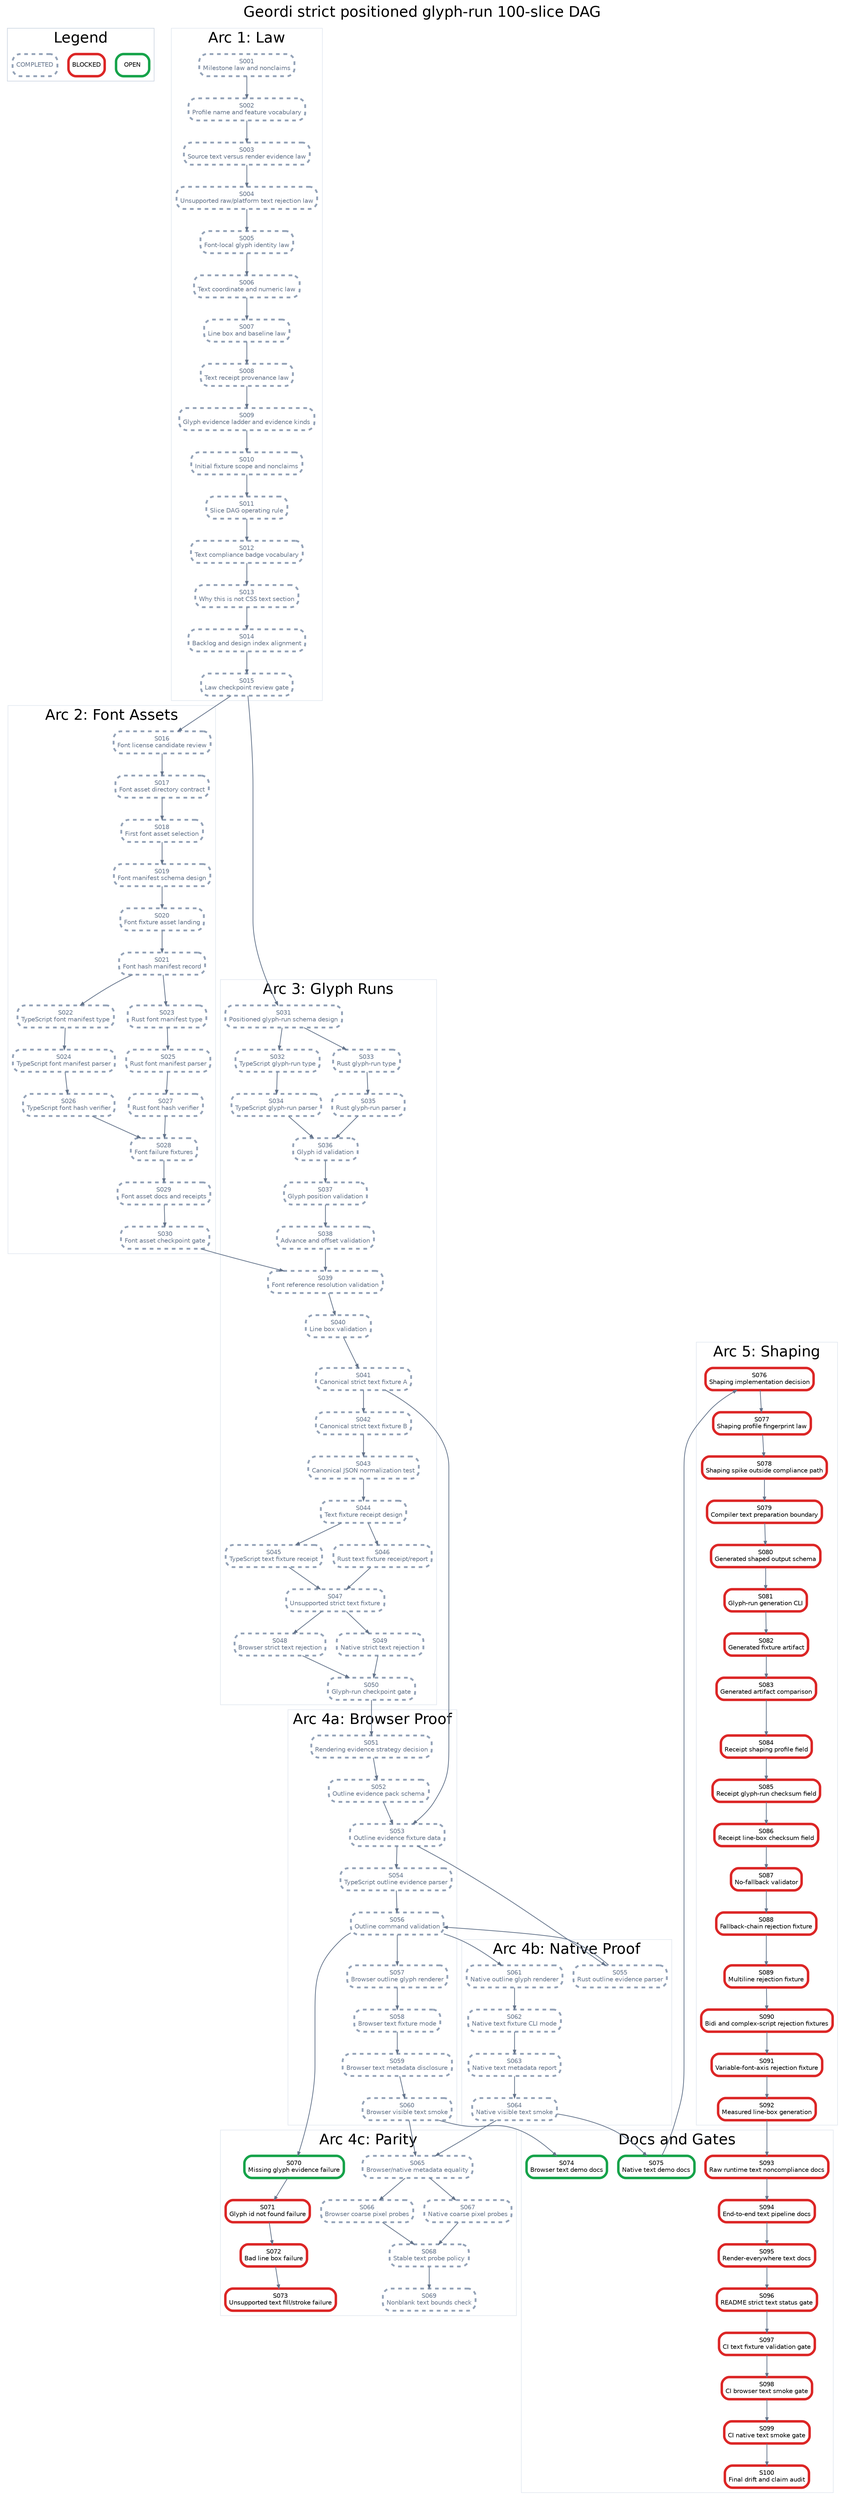
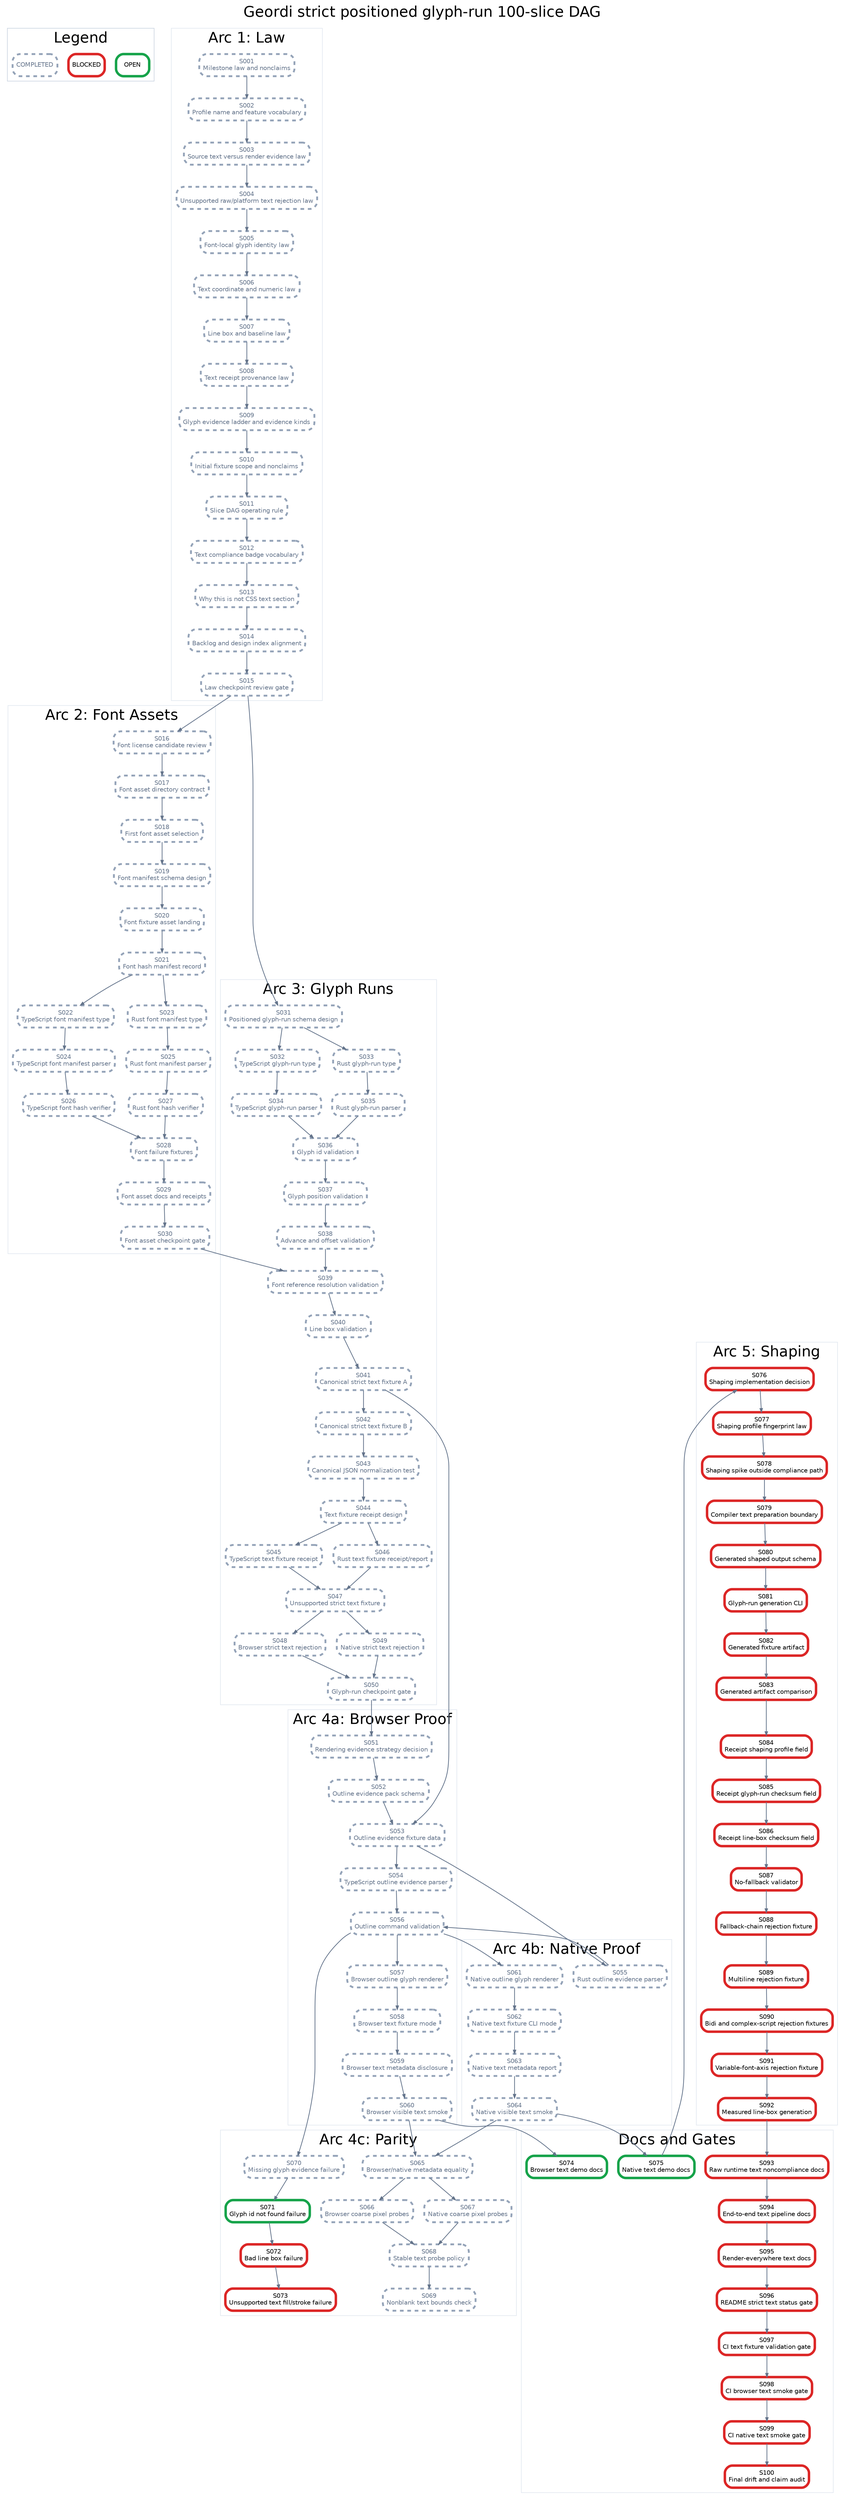
digraph StrictPositionedGlyphRunPlan {
  graph [rankdir=TB, bgcolor="white", fontname="Helvetica", label="Geordi strict positioned glyph-run 100-slice DAG", labelloc="t", fontsize=24];
  node [shape=box, style="rounded,filled", fillcolor="white", fontname="Helvetica", fontsize=10, margin="0.08,0.05"];
  edge [color="#64748b", arrowsize=0.6, penwidth=1.2];

  subgraph cluster_legend {
    label="Legend";
    color="#cbd5e1";
    legend_open [label="OPEN", color="#16a34a", penwidth=4];
    legend_blocked [label="BLOCKED", color="#dc2626", penwidth=4];
    legend_done [label="COMPLETED", color="#94a3b8", penwidth=3, style="rounded,filled,dashed", fontcolor="#64748b"];
  }

  subgraph cluster_law {
    label="Arc 1: Law";
    color="#e2e8f0";
    S001 [label="S001\nMilestone law and nonclaims", color="#94a3b8", penwidth=3, style="rounded,filled,dashed", fontcolor="#64748b"];
    S002 [label="S002\nProfile name and feature vocabulary", color="#94a3b8", penwidth=3, style="rounded,filled,dashed", fontcolor="#64748b"];
    S003 [label="S003\nSource text versus render evidence law", color="#94a3b8", penwidth=3, style="rounded,filled,dashed", fontcolor="#64748b"];
    S004 [label="S004\nUnsupported raw/platform text rejection law", color="#94a3b8", penwidth=3, style="rounded,filled,dashed", fontcolor="#64748b"];
    S005 [label="S005\nFont-local glyph identity law", color="#94a3b8", penwidth=3, style="rounded,filled,dashed", fontcolor="#64748b"];
    S006 [label="S006\nText coordinate and numeric law", color="#94a3b8", penwidth=3, style="rounded,filled,dashed", fontcolor="#64748b"];
    S007 [label="S007\nLine box and baseline law", color="#94a3b8", penwidth=3, style="rounded,filled,dashed", fontcolor="#64748b"];
    S008 [label="S008\nText receipt provenance law", color="#94a3b8", penwidth=3, style="rounded,filled,dashed", fontcolor="#64748b"];
    S009 [label="S009\nGlyph evidence ladder and evidence kinds", color="#94a3b8", penwidth=3, style="rounded,filled,dashed", fontcolor="#64748b"];
    S010 [label="S010\nInitial fixture scope and nonclaims", color="#94a3b8", penwidth=3, style="rounded,filled,dashed", fontcolor="#64748b"];
    S011 [label="S011\nSlice DAG operating rule", color="#94a3b8", penwidth=3, style="rounded,filled,dashed", fontcolor="#64748b"];
    S012 [label="S012\nText compliance badge vocabulary", color="#94a3b8", penwidth=3, style="rounded,filled,dashed", fontcolor="#64748b"];
    S013 [label="S013\nWhy this is not CSS text section", color="#94a3b8", penwidth=3, style="rounded,filled,dashed", fontcolor="#64748b"];
    S014 [label="S014\nBacklog and design index alignment", color="#94a3b8", penwidth=3, style="rounded,filled,dashed", fontcolor="#64748b"];
    S015 [label="S015\nLaw checkpoint review gate", color="#94a3b8", penwidth=3, style="rounded,filled,dashed", fontcolor="#64748b"];
  }

  subgraph cluster_assets {
    label="Arc 2: Font Assets";
    color="#e2e8f0";
    S016 [label="S016\nFont license candidate review", color="#94a3b8", penwidth=3, style="rounded,filled,dashed", fontcolor="#64748b"];
    S017 [label="S017\nFont asset directory contract", color="#94a3b8", penwidth=3, style="rounded,filled,dashed", fontcolor="#64748b"];
    S018 [label="S018\nFirst font asset selection", color="#94a3b8", penwidth=3, style="rounded,filled,dashed", fontcolor="#64748b"];
    S019 [label="S019\nFont manifest schema design", color="#94a3b8", penwidth=3, style="rounded,filled,dashed", fontcolor="#64748b"];
    S020 [label="S020\nFont fixture asset landing", color="#94a3b8", penwidth=3, style="rounded,filled,dashed", fontcolor="#64748b"];
    S021 [label="S021\nFont hash manifest record", color="#94a3b8", penwidth=3, style="rounded,filled,dashed", fontcolor="#64748b"];
    S022 [label="S022\nTypeScript font manifest type", color="#94a3b8", penwidth=3, style="rounded,filled,dashed", fontcolor="#64748b"];
    S023 [label="S023\nRust font manifest type", color="#94a3b8", penwidth=3, style="rounded,filled,dashed", fontcolor="#64748b"];
    S024 [label="S024\nTypeScript font manifest parser", color="#94a3b8", penwidth=3, style="rounded,filled,dashed", fontcolor="#64748b"];
    S025 [label="S025\nRust font manifest parser", color="#94a3b8", penwidth=3, style="rounded,filled,dashed", fontcolor="#64748b"];
    S026 [label="S026\nTypeScript font hash verifier", color="#94a3b8", penwidth=3, style="rounded,filled,dashed", fontcolor="#64748b"];
    S027 [label="S027\nRust font hash verifier", color="#94a3b8", penwidth=3, style="rounded,filled,dashed", fontcolor="#64748b"];
    S028 [label="S028\nFont failure fixtures", color="#94a3b8", penwidth=3, style="rounded,filled,dashed", fontcolor="#64748b"];
    S029 [label="S029\nFont asset docs and receipts", color="#94a3b8", penwidth=3, style="rounded,filled,dashed", fontcolor="#64748b"];
    S030 [label="S030\nFont asset checkpoint gate", color="#94a3b8", penwidth=3, style="rounded,filled,dashed", fontcolor="#64748b"];
  }

  subgraph cluster_glyph {
    label="Arc 3: Glyph Runs";
    color="#e2e8f0";
    S031 [label="S031\nPositioned glyph-run schema design", color="#94a3b8", penwidth=3, style="rounded,filled,dashed", fontcolor="#64748b"];
    S032 [label="S032\nTypeScript glyph-run type", color="#94a3b8", penwidth=3, style="rounded,filled,dashed", fontcolor="#64748b"];
    S033 [label="S033\nRust glyph-run type", color="#94a3b8", penwidth=3, style="rounded,filled,dashed", fontcolor="#64748b"];
    S034 [label="S034\nTypeScript glyph-run parser", color="#94a3b8", penwidth=3, style="rounded,filled,dashed", fontcolor="#64748b"];
    S035 [label="S035\nRust glyph-run parser", color="#94a3b8", penwidth=3, style="rounded,filled,dashed", fontcolor="#64748b"];
    S036 [label="S036\nGlyph id validation", color="#94a3b8", penwidth=3, style="rounded,filled,dashed", fontcolor="#64748b"];
    S037 [label="S037\nGlyph position validation", color="#94a3b8", penwidth=3, style="rounded,filled,dashed", fontcolor="#64748b"];
    S038 [label="S038\nAdvance and offset validation", color="#94a3b8", penwidth=3, style="rounded,filled,dashed", fontcolor="#64748b"];
    S039 [label="S039\nFont reference resolution validation", color="#94a3b8", penwidth=3, style="rounded,filled,dashed", fontcolor="#64748b"];
    S040 [label="S040\nLine box validation", color="#94a3b8", penwidth=3, style="rounded,filled,dashed", fontcolor="#64748b"];
    S041 [label="S041\nCanonical strict text fixture A", color="#94a3b8", penwidth=3, style="rounded,filled,dashed", fontcolor="#64748b"];
    S042 [label="S042\nCanonical strict text fixture B", color="#94a3b8", penwidth=3, style="rounded,filled,dashed", fontcolor="#64748b"];
    S043 [label="S043\nCanonical JSON normalization test", color="#94a3b8", penwidth=3, style="rounded,filled,dashed", fontcolor="#64748b"];
    S044 [label="S044\nText fixture receipt design", color="#94a3b8", penwidth=3, style="rounded,filled,dashed", fontcolor="#64748b"];
    S045 [label="S045\nTypeScript text fixture receipt", color="#94a3b8", penwidth=3, style="rounded,filled,dashed", fontcolor="#64748b"];
    S046 [label="S046\nRust text fixture receipt/report", color="#94a3b8", penwidth=3, style="rounded,filled,dashed", fontcolor="#64748b"];
    S047 [label="S047\nUnsupported strict text fixture", color="#94a3b8", penwidth=3, style="rounded,filled,dashed", fontcolor="#64748b"];
    S048 [label="S048\nBrowser strict text rejection", color="#94a3b8", penwidth=3, style="rounded,filled,dashed", fontcolor="#64748b"];
    S049 [label="S049\nNative strict text rejection", color="#94a3b8", penwidth=3, style="rounded,filled,dashed", fontcolor="#64748b"];
    S050 [label="S050\nGlyph-run checkpoint gate", color="#94a3b8", penwidth=3, style="rounded,filled,dashed", fontcolor="#64748b"];
  }

  subgraph cluster_browser {
    label="Arc 4a: Browser Proof";
    color="#e2e8f0";
    S051 [label="S051\nRendering evidence strategy decision", color="#94a3b8", penwidth=3, style="rounded,filled,dashed", fontcolor="#64748b"];
    S052 [label="S052\nOutline evidence pack schema", color="#94a3b8", penwidth=3, style="rounded,filled,dashed", fontcolor="#64748b"];
    S053 [label="S053\nOutline evidence fixture data", color="#94a3b8", penwidth=3, style="rounded,filled,dashed", fontcolor="#64748b"];
    S054 [label="S054\nTypeScript outline evidence parser", color="#94a3b8", penwidth=3, style="rounded,filled,dashed", fontcolor="#64748b"];
    S056 [label="S056\nOutline command validation", color="#94a3b8", penwidth=3, style="rounded,filled,dashed", fontcolor="#64748b"];
    S057 [label="S057\nBrowser outline glyph renderer", color="#94a3b8", penwidth=3, style="rounded,filled,dashed", fontcolor="#64748b"];
    S058 [label="S058\nBrowser text fixture mode", color="#94a3b8", penwidth=3, style="rounded,filled,dashed", fontcolor="#64748b"];
    S059 [label="S059\nBrowser text metadata disclosure", color="#94a3b8", penwidth=3, style="rounded,filled,dashed", fontcolor="#64748b"];
    S060 [label="S060\nBrowser visible text smoke", color="#94a3b8", penwidth=3, style="rounded,filled,dashed", fontcolor="#64748b"];
  }

  subgraph cluster_native {
    label="Arc 4b: Native Proof";
    color="#e2e8f0";
    S055 [label="S055\nRust outline evidence parser", color="#94a3b8", penwidth=3, style="rounded,filled,dashed", fontcolor="#64748b"];
    S061 [label="S061\nNative outline glyph renderer", color="#94a3b8", penwidth=3, style="rounded,filled,dashed", fontcolor="#64748b"];
    S062 [label="S062\nNative text fixture CLI mode", color="#94a3b8", penwidth=3, style="rounded,filled,dashed", fontcolor="#64748b"];
    S063 [label="S063\nNative text metadata report", color="#94a3b8", penwidth=3, style="rounded,filled,dashed", fontcolor="#64748b"];
    S064 [label="S064\nNative visible text smoke", color="#94a3b8", penwidth=3, style="rounded,filled,dashed", fontcolor="#64748b"];
  }

  subgraph cluster_parity {
    label="Arc 4c: Parity";
    color="#e2e8f0";
    S065 [label="S065\nBrowser/native metadata equality", color="#94a3b8", penwidth=3, style="rounded,filled,dashed", fontcolor="#64748b"];
    S066 [label="S066\nBrowser coarse pixel probes", color="#94a3b8", penwidth=3, style="rounded,filled,dashed", fontcolor="#64748b"];
    S067 [label="S067\nNative coarse pixel probes", color="#94a3b8", penwidth=3, style="rounded,filled,dashed", fontcolor="#64748b"];
    S068 [label="S068\nStable text probe policy", color="#94a3b8", penwidth=3, style="rounded,filled,dashed", fontcolor="#64748b"];
    S069 [label="S069\nNonblank text bounds check", color="#94a3b8", penwidth=3, style="rounded,filled,dashed", fontcolor="#64748b"];
-     S070 [label="S070\nMissing glyph evidence failure", color="#16a34a", penwidth=4];
-     S071 [label="S071\nGlyph id not found failure", color="#dc2626", penwidth=4];
+     S070 [label="S070\nMissing glyph evidence failure", color="#94a3b8", penwidth=3, style="rounded,filled,dashed", fontcolor="#64748b"];
+     S071 [label="S071\nGlyph id not found failure", color="#16a34a", penwidth=4];
    S072 [label="S072\nBad line box failure", color="#dc2626", penwidth=4];
    S073 [label="S073\nUnsupported text fill/stroke failure", color="#dc2626", penwidth=4];
  }

  subgraph cluster_shaping {
    label="Arc 5: Shaping";
    color="#e2e8f0";
    S076 [label="S076\nShaping implementation decision", color="#dc2626", penwidth=4];
    S077 [label="S077\nShaping profile fingerprint law", color="#dc2626", penwidth=4];
    S078 [label="S078\nShaping spike outside compliance path", color="#dc2626", penwidth=4];
    S079 [label="S079\nCompiler text preparation boundary", color="#dc2626", penwidth=4];
    S080 [label="S080\nGenerated shaped output schema", color="#dc2626", penwidth=4];
    S081 [label="S081\nGlyph-run generation CLI", color="#dc2626", penwidth=4];
    S082 [label="S082\nGenerated fixture artifact", color="#dc2626", penwidth=4];
    S083 [label="S083\nGenerated artifact comparison", color="#dc2626", penwidth=4];
    S084 [label="S084\nReceipt shaping profile field", color="#dc2626", penwidth=4];
    S085 [label="S085\nReceipt glyph-run checksum field", color="#dc2626", penwidth=4];
    S086 [label="S086\nReceipt line-box checksum field", color="#dc2626", penwidth=4];
    S087 [label="S087\nNo-fallback validator", color="#dc2626", penwidth=4];
    S088 [label="S088\nFallback-chain rejection fixture", color="#dc2626", penwidth=4];
    S089 [label="S089\nMultiline rejection fixture", color="#dc2626", penwidth=4];
    S090 [label="S090\nBidi and complex-script rejection fixtures", color="#dc2626", penwidth=4];
    S091 [label="S091\nVariable-font-axis rejection fixture", color="#dc2626", penwidth=4];
    S092 [label="S092\nMeasured line-box generation", color="#dc2626", penwidth=4];
  }

  subgraph cluster_docs {
    label="Docs and Gates";
    color="#e2e8f0";
    S074 [label="S074\nBrowser text demo docs", color="#16a34a", penwidth=4];
    S075 [label="S075\nNative text demo docs", color="#16a34a", penwidth=4];
    S093 [label="S093\nRaw runtime text noncompliance docs", color="#dc2626", penwidth=4];
    S094 [label="S094\nEnd-to-end text pipeline docs", color="#dc2626", penwidth=4];
    S095 [label="S095\nRender-everywhere text docs", color="#dc2626", penwidth=4];
    S096 [label="S096\nREADME strict text status gate", color="#dc2626", penwidth=4];
    S097 [label="S097\nCI text fixture validation gate", color="#dc2626", penwidth=4];
    S098 [label="S098\nCI browser text smoke gate", color="#dc2626", penwidth=4];
    S099 [label="S099\nCI native text smoke gate", color="#dc2626", penwidth=4];
    S100 [label="S100\nFinal drift and claim audit", color="#dc2626", penwidth=4];
  }

  S001 -> S002;
  S002 -> S003;
  S003 -> S004;
  S004 -> S005;
  S005 -> S006;
  S006 -> S007;
  S007 -> S008;
  S008 -> S009;
  S009 -> S010;
  S010 -> S011;
  S011 -> S012;
  S012 -> S013;
  S013 -> S014;
  S014 -> S015;
  S015 -> S016;
  S016 -> S017;
  S017 -> S018;
  S018 -> S019;
  S019 -> S020;
  S020 -> S021;
  S021 -> S022;
  S021 -> S023;
  S022 -> S024;
  S023 -> S025;
  S024 -> S026;
  S025 -> S027;
  S026 -> S028;
  S027 -> S028;
  S028 -> S029;
  S029 -> S030;
  S015 -> S031;
  S031 -> S032;
  S031 -> S033;
  S032 -> S034;
  S033 -> S035;
  S034 -> S036;
  S035 -> S036;
  S036 -> S037;
  S037 -> S038;
  S038 -> S039;
  S039 -> S040;
  S030 -> S039;
  S040 -> S041;
  S041 -> S042;
  S042 -> S043;
  S043 -> S044;
  S044 -> S045;
  S044 -> S046;
  S045 -> S047;
  S046 -> S047;
  S047 -> S048;
  S047 -> S049;
  S048 -> S050;
  S049 -> S050;
  S050 -> S051;
  S051 -> S052;
  S052 -> S053;
  S041 -> S053;
  S053 -> S054;
  S053 -> S055;
  S054 -> S056;
  S055 -> S056;
  S056 -> S057;
  S057 -> S058;
  S058 -> S059;
  S059 -> S060;
  S056 -> S061;
  S061 -> S062;
  S062 -> S063;
  S063 -> S064;
  S060 -> S065;
  S064 -> S065;
  S065 -> S066;
  S065 -> S067;
  S066 -> S068;
  S067 -> S068;
  S068 -> S069;
  S056 -> S070;
  S070 -> S071;
  S071 -> S072;
  S072 -> S073;
  S060 -> S074;
  S064 -> S075;
  S075 -> S076;
  S076 -> S077;
  S077 -> S078;
  S078 -> S079;
  S079 -> S080;
  S080 -> S081;
  S081 -> S082;
  S082 -> S083;
  S083 -> S084;
  S084 -> S085;
  S085 -> S086;
  S086 -> S087;
  S087 -> S088;
  S088 -> S089;
  S089 -> S090;
  S090 -> S091;
  S091 -> S092;
  S092 -> S093;
  S093 -> S094;
  S094 -> S095;
  S095 -> S096;
  S096 -> S097;
  S097 -> S098;
  S098 -> S099;
  S099 -> S100;
}
